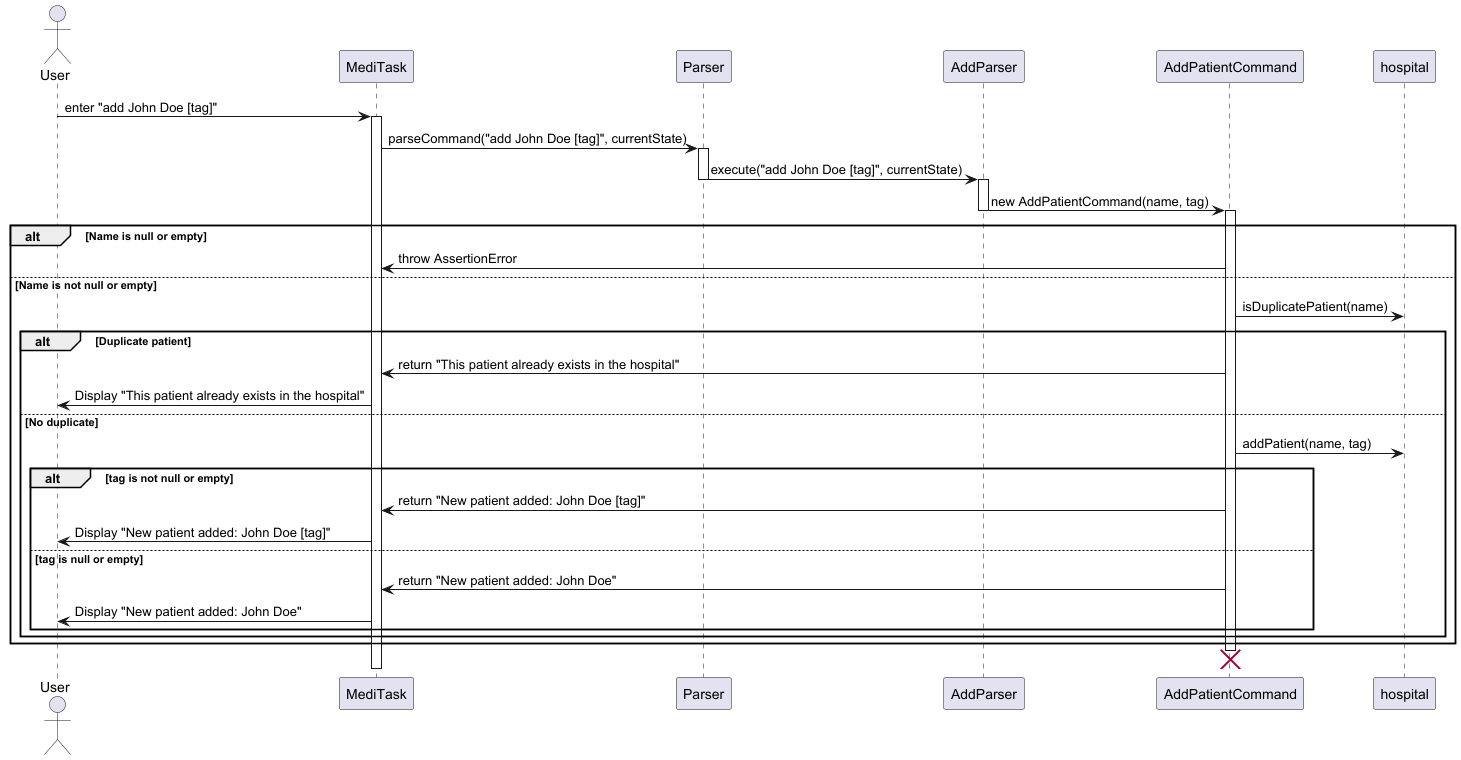
Earlier version of the PlantUML export docs/images/AddPatientSequenceDiagram.png (nus-cs2113-AY2425S1/tp). The source it was exported from:
```plantuml
@startuml

actor User
participant MediTask
participant Parser
participant AddParser
participant AddPatientCommand
participant hospital

User -> MediTask : enter "add John Doe [tag]"
activate MediTask
MediTask -> Parser : parseCommand("add John Doe [tag]", currentState)
activate Parser
Parser -> AddParser : execute("add John Doe [tag]", currentState)
deactivate Parser
activate AddParser
AddParser -> AddPatientCommand : new AddPatientCommand(name, tag)
deactivate AddParser
activate AddPatientCommand

alt Name is null or empty
    AddPatientCommand -> MediTask : throw AssertionError
else Name is not null or empty
    AddPatientCommand -> hospital : isDuplicatePatient(name)
    alt Duplicate patient
        AddPatientCommand -> MediTask : return "This patient already exists in the hospital"
        MediTask -> User : Display "This patient already exists in the hospital"
    else No duplicate
        AddPatientCommand -> hospital : addPatient(name, tag)
        alt tag is not null or empty
            AddPatientCommand -> MediTask : return "New patient added: John Doe [tag]"
            MediTask -> User : Display "New patient added: John Doe [tag]"
        else tag is null or empty
            AddPatientCommand -> MediTask : return "New patient added: John Doe"
            MediTask -> User : Display "New patient added: John Doe"
        end
    end
end

deactivate AddPatientCommand
destroy AddPatientCommand
deactivate MediTask

@enduml
```
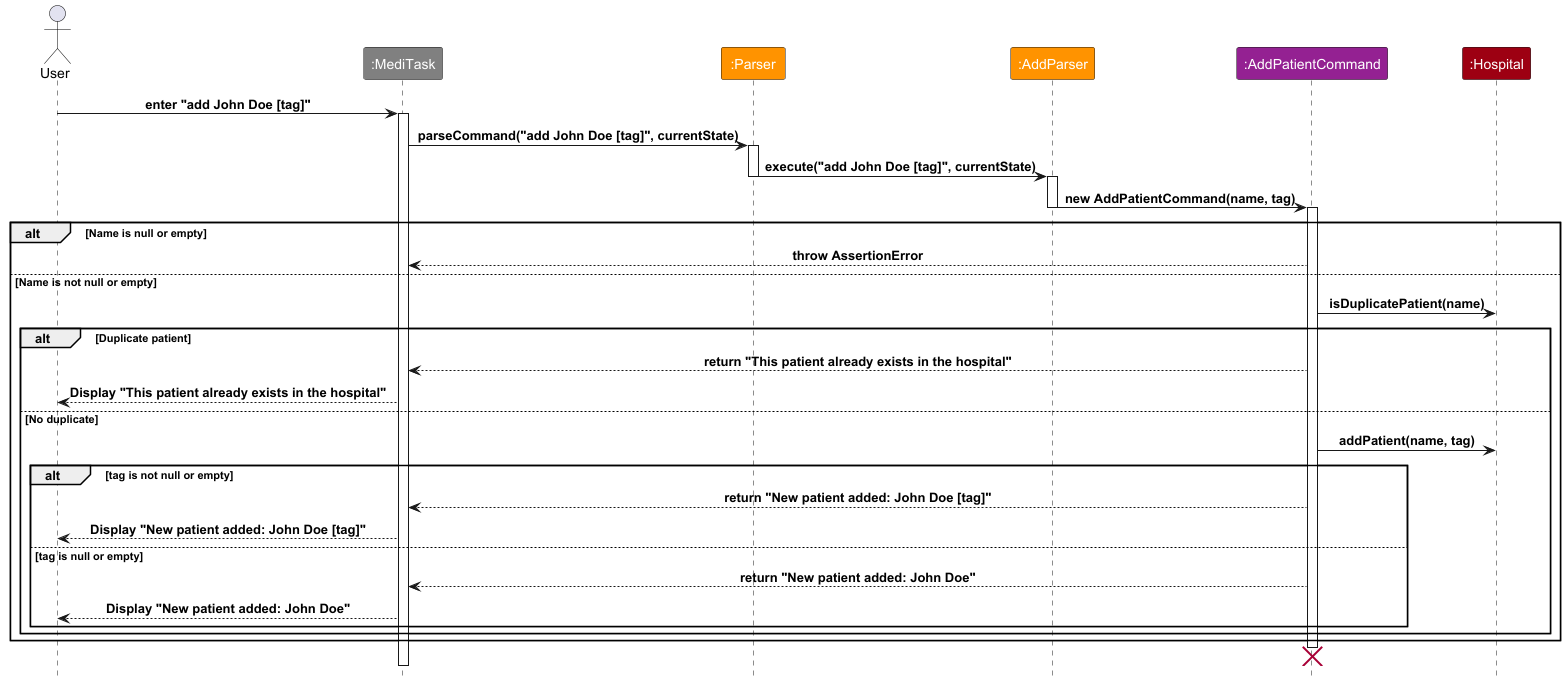
After the commit.

What changed in the source:
```diff
@@ -1,11 +1,14 @@
 @startuml
 
+!include style.puml
+skinparam ArrowFormatStyle plain
+
 actor User
-participant MediTask
-participant Parser
-participant AddParser
-participant AddPatientCommand
-participant hospital
+participant ":MediTask" as MediTask MAIN_COLOR
+participant ":Parser" as Parser PARSER_COLOR
+participant ":AddParser" as AddParser PARSER_COLOR
+participant ":AddPatientCommand" as AddPatientCommand COMMAND_COLOR
+participant ":Hospital" as hospital DATA_COLOR
 
 User -> MediTask : enter "add John Doe [tag]"
 activate MediTask
@@ -19,24 +22,23 @@
 activate AddPatientCommand
 
 alt Name is null or empty
-    AddPatientCommand -> MediTask : throw AssertionError
+    AddPatientCommand --> MediTask : throw AssertionError
 else Name is not null or empty
     AddPatientCommand -> hospital : isDuplicatePatient(name)
     alt Duplicate patient
-        AddPatientCommand -> MediTask : return "This patient already exists in the hospital"
-        MediTask -> User : Display "This patient already exists in the hospital"
+        AddPatientCommand --> MediTask : return "This patient already exists in the hospital"
+        MediTask --> User : Display "This patient already exists in the hospital"
     else No duplicate
         AddPatientCommand -> hospital : addPatient(name, tag)
         alt tag is not null or empty
-            AddPatientCommand -> MediTask : return "New patient added: John Doe [tag]"
-            MediTask -> User : Display "New patient added: John Doe [tag]"
+            AddPatientCommand --> MediTask : return "New patient added: John Doe [tag]"
+            MediTask --> User : Display "New patient added: John Doe [tag]"
         else tag is null or empty
-            AddPatientCommand -> MediTask : return "New patient added: John Doe"
-            MediTask -> User : Display "New patient added: John Doe"
+            AddPatientCommand --> MediTask : return "New patient added: John Doe"
+            MediTask --> User : Display "New patient added: John Doe"
         end
     end
 end
-
 deactivate AddPatientCommand
 destroy AddPatientCommand
 deactivate MediTask
```
